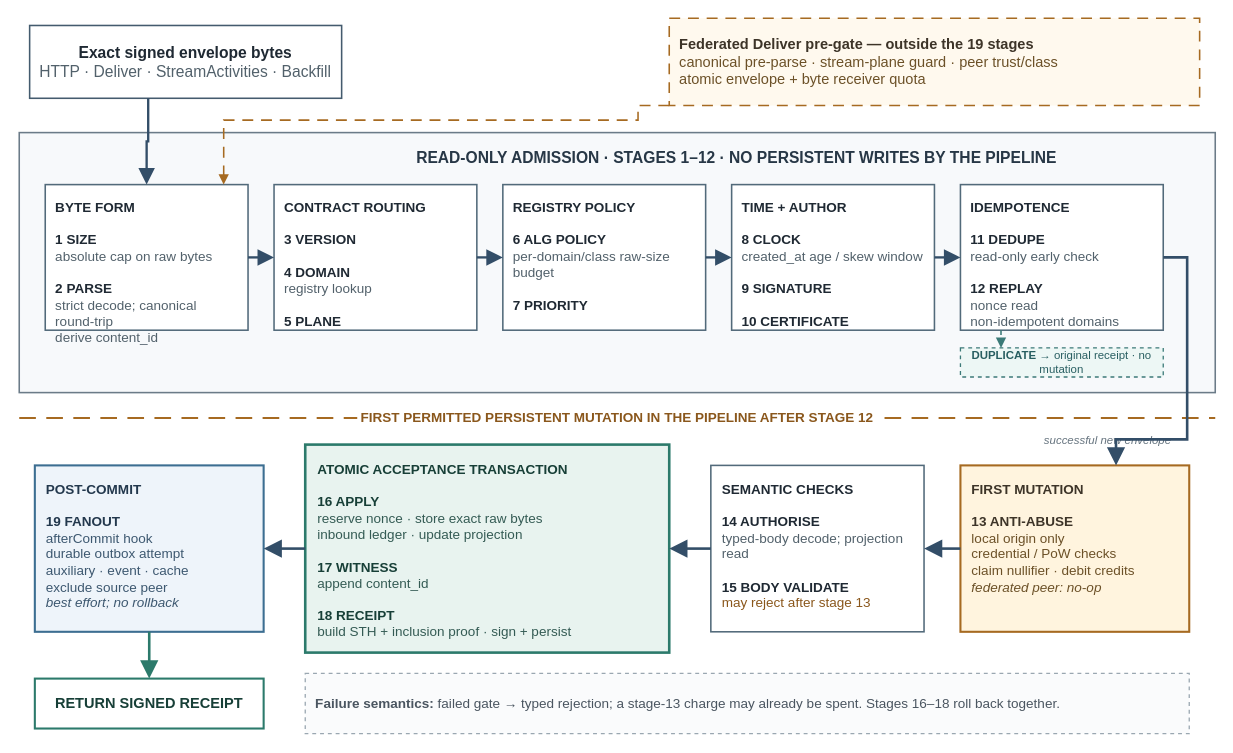
This is final-paper/IEEE-conference-template-062824/figures/drawio/admission-pipeline.drawio from tasmirz/jagoo-bahee, a draw.io file, before an edit. Source tidied: cells renumbered, new cells numbered last; positions are measured from the earlier drawing's top-left corner, leaving out a move shared by most shapes. Both pictures are drawn from the tidied source at 104%, with x=0, y=0 at pixel (19, 18).
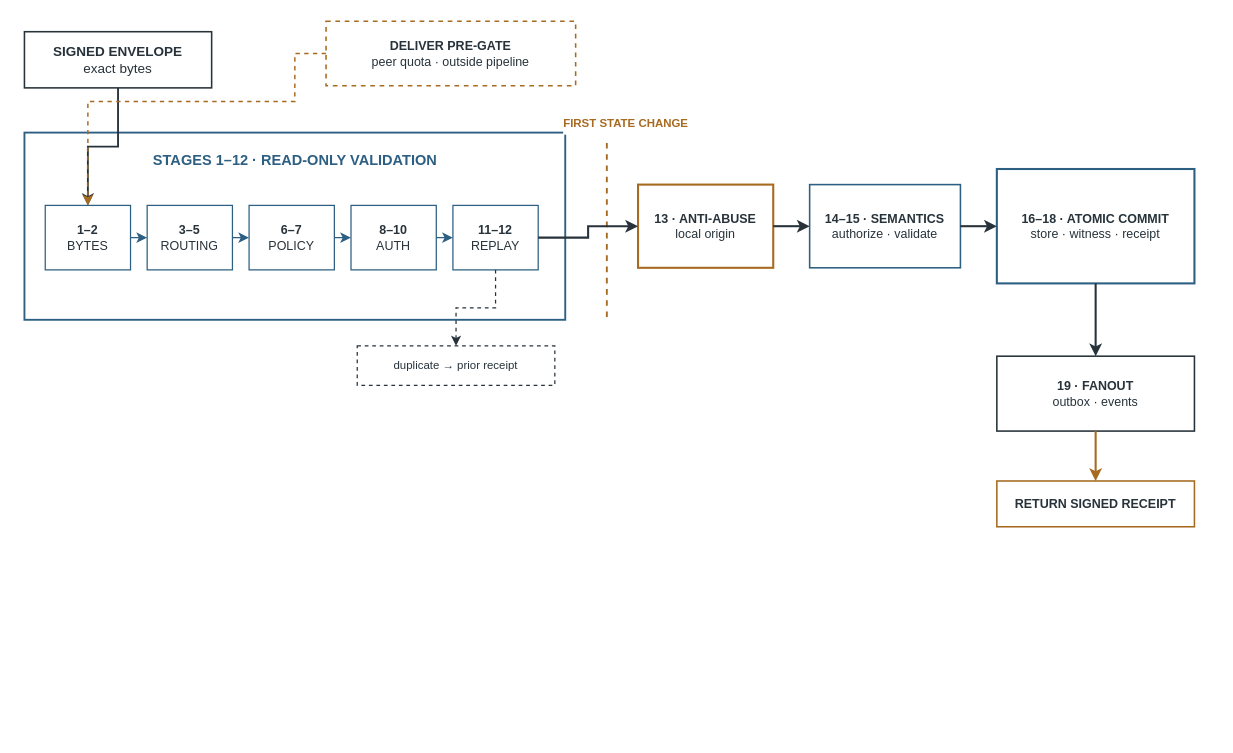
The same page after the edit.

The edit, as a diff of the source:
```diff
@@
-    <mxCell id="2" style="rounded=0;whiteSpace=wrap;html=1;fillColor=#F7F9FB;strokeColor=#6B7B88;strokeWidth=1.5;shadow=0;glass=0;" parent="1" vertex="1">
-      <mxGeometry y="110" width="1150" height="250" as="geometry" />
-    </mxCell>
+    <mxCell id="33" value="&lt;b&gt;SIGNED ENVELOPE&lt;/b&gt;&lt;br&gt;exact bytes" style="rounded=0;whiteSpace=wrap;html=1;strokeColor=#27323A;strokeWidth=1.5;fillColor=#FFFFFF;fontFamily=Helvetica;fontSize=13;fontColor=#27323A;align=center;verticalAlign=middle;" parent="1" vertex="1">
+      <mxGeometry x="5" y="13" width="180" height="54" as="geometry" />
+    </mxCell>
+    <mxCell id="34" value="&lt;b&gt;DELIVER PRE-GATE&lt;/b&gt;&lt;br&gt;peer quota · outside pipeline" style="rounded=0;whiteSpace=wrap;html=1;strokeColor=#A66A21;strokeWidth=1.5;dashed=1;fillColor=#FFFFFF;fontFamily=Helvetica;fontSize=12;fontColor=#27323A;align=center;verticalAlign=middle;" parent="1" vertex="1">
+      <mxGeometry x="295" y="3" width="240" height="62" as="geometry" />
+    </mxCell>
+    <mxCell id="35" style="rounded=0;whiteSpace=wrap;html=1;strokeColor=#2D5F82;strokeWidth=1.8;fillColor=#FFFFFF;" parent="1" vertex="1">
+      <mxGeometry x="5" y="110" width="520" height="180" as="geometry" />
+    </mxCell>
-    <mxCell id="3" value="&lt;b&gt;READ-ONLY ADMISSION · STAGES 1–12 · NO PERSISTENT WRITES BY THE PIPELINE&lt;/b&gt;" style="text;html=1;strokeColor=none;fillColor=none;align=center;verticalAlign=middle;whiteSpace=wrap;rounded=0;fontFamily=Helvetica;fontSize=15;fontColor=#273746;spacingLeft=0;" parent="1" vertex="1">
-      <mxGeometry x="275" y="120" width="830" height="28" as="geometry" />
+    <mxCell id="3" value="&lt;b&gt;STAGES 1–12 · READ-ONLY VALIDATION&lt;/b&gt;" style="text;html=1;strokeColor=none;fillColor=none;fontFamily=Helvetica;fontSize=14;fontStyle=1;fontColor=#2D5F82;align=center;verticalAlign=middle;" parent="1" vertex="1">
+      <mxGeometry x="25" y="125" width="480" height="24" as="geometry" />
     </mxCell>
-    <mxCell id="4" value="&lt;b&gt;Exact signed envelope bytes&lt;/b&gt;&lt;br&gt;&lt;font color=&quot;#52616B&quot;&gt;HTTP · Deliver · StreamActivities · Backfill&lt;/font&gt;" style="rounded=0;whiteSpace=wrap;html=1;align=center;verticalAlign=middle;spacing=8;fontFamily=Helvetica;fontSize=15;fontColor=#1F2933;strokeColor=#445B6E;strokeWidth=1.5;fillColor=#FFFFFF;shadow=0;glass=0;" parent="1" vertex="1">
-      <mxGeometry x="10" y="7" width="300" height="70" as="geometry" />
-    </mxCell>
-    <mxCell id="5" value="&lt;b&gt;Federated Deliver pre-gate — outside the 19 stages&lt;/b&gt;&lt;br&gt;&lt;font color=&quot;#6C5128&quot;&gt;canonical pre-parse · stream-plane guard · peer trust/class&lt;br&gt;atomic envelope + byte receiver quota&lt;/font&gt;" style="rounded=0;whiteSpace=wrap;html=1;align=left;verticalAlign=middle;spacing=10;fontFamily=Helvetica;fontSize=14;fontColor=#3D3428;strokeColor=#A66A21;strokeWidth=1.5;dashed=1;dashPattern=7 5;fillColor=#FFF9EE;shadow=0;glass=0;" parent="1" vertex="1">
-      <mxGeometry x="625" width="510" height="84" as="geometry" />
-    </mxCell>
-    <mxCell id="6" value="&lt;b&gt;BYTE FORM&lt;/b&gt;&lt;br&gt;&lt;br&gt;&lt;b&gt;1  SIZE&lt;/b&gt;&lt;br&gt;&lt;font color=&quot;#52616B&quot;&gt;absolute cap on raw bytes&lt;/font&gt;&lt;br&gt;&lt;br&gt;&lt;b&gt;2  PARSE&lt;/b&gt;&lt;br&gt;&lt;font color=&quot;#52616B&quot;&gt;strict decode; canonical round-trip&lt;br&gt;derive content_id&lt;/font&gt;" style="rounded=0;whiteSpace=wrap;html=1;align=left;verticalAlign=top;spacing=10;fontFamily=Helvetica;fontSize=13;fontColor=#1F2933;strokeColor=#526A7A;strokeWidth=1.5;fillColor=#FFFFFF;shadow=0;glass=0;" parent="1" vertex="1">
-      <mxGeometry x="25" y="160" width="195" height="140" as="geometry" />
+    <mxCell id="6" value="&lt;b&gt;1–2&lt;/b&gt;&lt;br&gt;BYTES" style="rounded=0;whiteSpace=wrap;html=1;strokeColor=#2D5F82;strokeWidth=1.2;fillColor=#FFFFFF;fontFamily=Helvetica;fontSize=12;fontColor=#27323A;align=center;verticalAlign=middle;" parent="1" vertex="1">
+      <mxGeometry x="25" y="180" width="82" height="62" as="geometry" />
     </mxCell>
-    <mxCell id="7" value="&lt;b&gt;CONTRACT ROUTING&lt;/b&gt;&lt;br&gt;&lt;br&gt;&lt;b&gt;3  VERSION&lt;/b&gt;&lt;br&gt;&lt;br&gt;&lt;b&gt;4  DOMAIN&lt;/b&gt;&lt;br&gt;&lt;font color=&quot;#52616B&quot;&gt;registry lookup&lt;/font&gt;&lt;br&gt;&lt;br&gt;&lt;b&gt;5  PLANE&lt;/b&gt;" style="rounded=0;whiteSpace=wrap;html=1;align=left;verticalAlign=top;spacing=10;fontFamily=Helvetica;fontSize=13;fontColor=#1F2933;strokeColor=#526A7A;strokeWidth=1.5;fillColor=#FFFFFF;shadow=0;glass=0;" parent="1" vertex="1">
-      <mxGeometry x="245" y="160" width="195" height="140" as="geometry" />
+    <mxCell id="7" value="&lt;b&gt;3–5&lt;/b&gt;&lt;br&gt;ROUTING" style="rounded=0;whiteSpace=wrap;html=1;strokeColor=#2D5F82;strokeWidth=1.2;fillColor=#FFFFFF;fontFamily=Helvetica;fontSize=12;fontColor=#27323A;align=center;verticalAlign=middle;" parent="1" vertex="1">
+      <mxGeometry x="123" y="180" width="82" height="62" as="geometry" />
     </mxCell>
-    <mxCell id="8" value="&lt;b&gt;REGISTRY POLICY&lt;/b&gt;&lt;br&gt;&lt;br&gt;&lt;b&gt;6  ALG POLICY&lt;/b&gt;&lt;br&gt;&lt;font color=&quot;#52616B&quot;&gt;per-domain/class raw-size budget&lt;/font&gt;&lt;br&gt;&lt;br&gt;&lt;b&gt;7  PRIORITY&lt;/b&gt;" style="rounded=0;whiteSpace=wrap;html=1;align=left;verticalAlign=top;spacing=10;fontFamily=Helvetica;fontSize=13;fontColor=#1F2933;strokeColor=#526A7A;strokeWidth=1.5;fillColor=#FFFFFF;shadow=0;glass=0;" parent="1" vertex="1">
-      <mxGeometry x="465" y="160" width="195" height="140" as="geometry" />
+    <mxCell id="8" value="&lt;b&gt;6–7&lt;/b&gt;&lt;br&gt;POLICY" style="rounded=0;whiteSpace=wrap;html=1;strokeColor=#2D5F82;strokeWidth=1.2;fillColor=#FFFFFF;fontFamily=Helvetica;fontSize=12;fontColor=#27323A;align=center;verticalAlign=middle;" parent="1" vertex="1">
+      <mxGeometry x="221" y="180" width="82" height="62" as="geometry" />
     </mxCell>
-    <mxCell id="9" value="&lt;b&gt;TIME + AUTHOR&lt;/b&gt;&lt;br&gt;&lt;br&gt;&lt;b&gt;8  CLOCK&lt;/b&gt;&lt;br&gt;&lt;font color=&quot;#52616B&quot;&gt;created_at age / skew window&lt;/font&gt;&lt;br&gt;&lt;br&gt;&lt;b&gt;9  SIGNATURE&lt;/b&gt;&lt;br&gt;&lt;br&gt;&lt;b&gt;10  CERTIFICATE&lt;/b&gt;" style="rounded=0;whiteSpace=wrap;html=1;align=left;verticalAlign=top;spacing=10;fontFamily=Helvetica;fontSize=13;fontColor=#1F2933;strokeColor=#526A7A;strokeWidth=1.5;fillColor=#FFFFFF;shadow=0;glass=0;" parent="1" vertex="1">
-      <mxGeometry x="685" y="160" width="195" height="140" as="geometry" />
-    </mxCell>
-    <mxCell id="10" value="&lt;b&gt;IDEMPOTENCE&lt;/b&gt;&lt;br&gt;&lt;br&gt;&lt;b&gt;11  DEDUPE&lt;/b&gt;&lt;br&gt;&lt;font color=&quot;#52616B&quot;&gt;read-only early check&lt;/font&gt;&lt;br&gt;&lt;br&gt;&lt;b&gt;12  REPLAY&lt;/b&gt;&lt;br&gt;&lt;font color=&quot;#52616B&quot;&gt;nonce read&lt;br&gt;non-idempotent domains&lt;/font&gt;" style="rounded=0;whiteSpace=wrap;html=1;align=left;verticalAlign=top;spacing=10;fontFamily=Helvetica;fontSize=13;fontColor=#1F2933;strokeColor=#526A7A;strokeWidth=1.5;fillColor=#FFFFFF;shadow=0;glass=0;" parent="1" vertex="1">
-      <mxGeometry x="905" y="160" width="195" height="140" as="geometry" />
-    </mxCell>
-    <mxCell id="11" value="&lt;b&gt;DUPLICATE&lt;/b&gt; → original receipt · no mutation" style="rounded=0;whiteSpace=wrap;html=1;align=center;verticalAlign=middle;fontFamily=Helvetica;fontSize=11;fontColor=#285E61;strokeColor=#3C7A78;strokeWidth=1.25;dashed=1;fillColor=#EDF7F5;shadow=0;glass=0;" parent="1" vertex="1">
-      <mxGeometry x="905" y="317" width="195" height="28" as="geometry" />
-    </mxCell>
-    <mxCell id="12" style="shape=line;strokeColor=#A66A21;strokeWidth=2;dashed=1;dashPattern=8 5;" parent="1" vertex="1">
-      <mxGeometry y="384" width="1150" height="1" as="geometry" />
-    </mxCell>
-    <mxCell id="13" value="&lt;b&gt;FIRST PERMITTED PERSISTENT MUTATION IN THE PIPELINE AFTER STAGE 12&lt;/b&gt;" style="text;html=1;strokeColor=none;fillColor=#FFFFFF;align=center;verticalAlign=middle;whiteSpace=wrap;fontFamily=Helvetica;fontSize=13;fontColor=#8A571C;spacing=4;" parent="1" vertex="1">
-      <mxGeometry x="325" y="368" width="500" height="32" as="geometry" />
-    </mxCell>
-    <mxCell id="14" value="successful new envelope" style="text;html=1;strokeColor=none;fillColor=none;align=right;verticalAlign=middle;whiteSpace=wrap;fontFamily=Helvetica;fontSize=11;fontColor=#65737E;fontStyle=2;" parent="1" vertex="1">
-      <mxGeometry x="930" y="395" width="180" height="22" as="geometry" />
-    </mxCell>
-    <mxCell id="15" value="&lt;b&gt;FIRST MUTATION&lt;/b&gt;&lt;br&gt;&lt;br&gt;&lt;b&gt;13  ANTI-ABUSE&lt;/b&gt;&lt;br&gt;&lt;font color=&quot;#6C5128&quot;&gt;local origin only&lt;br&gt;credential / PoW checks&lt;br&gt;claim nullifier · debit credits&lt;br&gt;&lt;i&gt;federated peer: no-op&lt;/i&gt;&lt;/font&gt;" style="rounded=0;whiteSpace=wrap;html=1;align=left;verticalAlign=top;spacing=11;fontFamily=Helvetica;fontSize=13;fontColor=#3D3428;strokeColor=#A66A21;strokeWidth=2;fillColor=#FFF4DE;shadow=0;glass=0;" parent="1" vertex="1">
-      <mxGeometry x="905" y="430" width="220" height="160" as="geometry" />
-    </mxCell>
-    <mxCell id="16" value="&lt;b&gt;SEMANTIC CHECKS&lt;/b&gt;&lt;br&gt;&lt;br&gt;&lt;b&gt;14  AUTHORISE&lt;/b&gt;&lt;br&gt;&lt;font color=&quot;#52616B&quot;&gt;typed-body decode; projection read&lt;/font&gt;&lt;br&gt;&lt;br&gt;&lt;b&gt;15  BODY VALIDATE&lt;/b&gt;&lt;br&gt;&lt;font color=&quot;#8A571C&quot;&gt;may reject after stage 13&lt;/font&gt;" style="rounded=0;whiteSpace=wrap;html=1;align=left;verticalAlign=top;spacing=11;fontFamily=Helvetica;fontSize=13;fontColor=#1F2933;strokeColor=#526A7A;strokeWidth=1.5;fillColor=#FFFFFF;shadow=0;glass=0;" parent="1" vertex="1">
-      <mxGeometry x="665" y="430" width="205" height="160" as="geometry" />
-    </mxCell>
-    <mxCell id="17" value="&lt;b&gt;ATOMIC ACCEPTANCE TRANSACTION&lt;/b&gt;&lt;br&gt;&lt;br&gt;&lt;b&gt;16  APPLY&lt;/b&gt;&lt;br&gt;&lt;font color=&quot;#345B54&quot;&gt;reserve nonce · store exact raw bytes&lt;br&gt;inbound ledger · update projection&lt;/font&gt;&lt;br&gt;&lt;br&gt;&lt;b&gt;17  WITNESS&lt;/b&gt;&lt;br&gt;&lt;font color=&quot;#345B54&quot;&gt;append content_id&lt;/font&gt;&lt;br&gt;&lt;br&gt;&lt;b&gt;18  RECEIPT&lt;/b&gt;&lt;br&gt;&lt;font color=&quot;#345B54&quot;&gt;build STH + inclusion proof · sign + persist&lt;/font&gt;" style="rounded=0;whiteSpace=wrap;html=1;align=left;verticalAlign=top;spacing=12;fontFamily=Helvetica;fontSize=13;fontColor=#173F37;strokeColor=#2C7A6B;strokeWidth=2.5;fillColor=#E8F3EF;shadow=0;glass=0;" parent="1" vertex="1">
-      <mxGeometry x="275" y="410" width="350" height="200" as="geometry" />
-    </mxCell>
+    <mxCell id="36" value="&lt;b&gt;8–10&lt;/b&gt;&lt;br&gt;AUTH" style="rounded=0;whiteSpace=wrap;html=1;strokeColor=#2D5F82;strokeWidth=1.2;fillColor=#FFFFFF;fontFamily=Helvetica;fontSize=12;fontColor=#27323A;align=center;verticalAlign=middle;" parent="1" vertex="1">
+      <mxGeometry x="319" y="180" width="82" height="62" as="geometry" />
+    </mxCell>
+    <mxCell id="37" value="&lt;b&gt;11–12&lt;/b&gt;&lt;br&gt;REPLAY" style="rounded=0;whiteSpace=wrap;html=1;strokeColor=#2D5F82;strokeWidth=1.2;fillColor=#FFFFFF;fontFamily=Helvetica;fontSize=12;fontColor=#27323A;align=center;verticalAlign=middle;" parent="1" vertex="1">
+      <mxGeometry x="417" y="180" width="82" height="62" as="geometry" />
+    </mxCell>
+    <mxCell id="23" style="edgeStyle=orthogonalEdgeStyle;rounded=0;html=1;strokeColor=#2D5F82;strokeWidth=1.4;endArrow=classic;endFill=1;" parent="1" edge="1" source="6" target="7">
+      <mxGeometry relative="1" as="geometry" />
+    </mxCell>
+    <mxCell id="24" style="edgeStyle=orthogonalEdgeStyle;rounded=0;html=1;strokeColor=#2D5F82;strokeWidth=1.4;endArrow=classic;endFill=1;" parent="1" edge="1" source="7" target="8">
+      <mxGeometry relative="1" as="geometry" />
+    </mxCell>
+    <mxCell id="38" style="edgeStyle=orthogonalEdgeStyle;rounded=0;html=1;strokeColor=#2D5F82;strokeWidth=1.4;endArrow=classic;endFill=1;" parent="1" edge="1" source="8" target="36">
+      <mxGeometry relative="1" as="geometry" />
+    </mxCell>
+    <mxCell id="39" style="edgeStyle=orthogonalEdgeStyle;rounded=0;html=1;strokeColor=#2D5F82;strokeWidth=1.4;endArrow=classic;endFill=1;" parent="1" edge="1" source="36" target="37">
+      <mxGeometry relative="1" as="geometry" />
+    </mxCell>
+    <mxCell id="40" style="edgeStyle=orthogonalEdgeStyle;rounded=0;html=1;strokeColor=#27323A;strokeWidth=1.8;endArrow=classic;endFill=1;" parent="1" edge="1" source="33" target="6">
+      <mxGeometry relative="1" as="geometry" />
+    </mxCell>
+    <mxCell id="41" style="edgeStyle=orthogonalEdgeStyle;rounded=0;html=1;strokeColor=#A66A21;strokeWidth=1.4;dashed=1;endArrow=classic;endFill=1;" parent="1" edge="1" source="34" target="6">
+      <mxGeometry relative="1" as="geometry">
+        <Array as="points">
+          <mxPoint x="265" y="80" />
+          <mxPoint x="66" y="80" />
+        </Array>
+      </mxGeometry>
+    </mxCell>
+    <mxCell id="42" value="duplicate → prior receipt" style="rounded=0;whiteSpace=wrap;html=1;strokeColor=#27323A;strokeWidth=1.2;dashed=1;fillColor=#FFFFFF;fontFamily=Helvetica;fontSize=11;fontColor=#27323A;align=center;verticalAlign=middle;" parent="1" vertex="1">
+      <mxGeometry x="325" y="315" width="190" height="38" as="geometry" />
+    </mxCell>
+    <mxCell id="43" style="edgeStyle=orthogonalEdgeStyle;rounded=0;html=1;strokeColor=#27323A;strokeWidth=1.2;dashed=1;endArrow=classic;endFill=1;" parent="1" edge="1" source="37" target="42">
+      <mxGeometry relative="1" as="geometry" />
+    </mxCell>
+    <mxCell id="44" value="FIRST STATE CHANGE" style="text;html=1;strokeColor=none;fillColor=#FFFFFF;fontFamily=Helvetica;fontSize=11;fontStyle=1;fontColor=#A66A21;align=center;verticalAlign=middle;" parent="1" vertex="1">
+      <mxGeometry x="523" y="90" width="120" height="22" as="geometry" />
+    </mxCell>
+    <mxCell id="45" style="edgeStyle=none;rounded=0;html=1;strokeColor=#A66A21;strokeWidth=1.8;dashed=1;startArrow=none;endArrow=none;" parent="1" edge="1">
+      <mxGeometry relative="1" as="geometry">
+        <mxPoint x="565" y="120" as="sourcePoint" />
+        <mxPoint x="565" y="290" as="targetPoint" />
+      </mxGeometry>
+    </mxCell>
+    <mxCell id="46" value="&lt;b&gt;13 · ANTI-ABUSE&lt;/b&gt;&lt;br&gt;local origin" style="rounded=0;whiteSpace=wrap;html=1;strokeColor=#A66A21;strokeWidth=2;fillColor=#FFFFFF;fontFamily=Helvetica;fontSize=12;fontColor=#27323A;align=center;verticalAlign=middle;" parent="1" vertex="1">
+      <mxGeometry x="595" y="160" width="130" height="80" as="geometry" />
+    </mxCell>
+    <mxCell id="47" value="&lt;b&gt;14–15 · SEMANTICS&lt;/b&gt;&lt;br&gt;authorize · validate" style="rounded=0;whiteSpace=wrap;html=1;strokeColor=#2D5F82;strokeWidth=1.5;fillColor=#FFFFFF;fontFamily=Helvetica;fontSize=12;fontColor=#27323A;align=center;verticalAlign=middle;" parent="1" vertex="1">
+      <mxGeometry x="760" y="160" width="145" height="80" as="geometry" />
+    </mxCell>
+    <mxCell id="48" value="&lt;b&gt;16–18 · ATOMIC COMMIT&lt;/b&gt;&lt;br&gt;store · witness · receipt" style="rounded=0;whiteSpace=wrap;html=1;strokeColor=#2D5F82;strokeWidth=2;fillColor=#FFFFFF;fontFamily=Helvetica;fontSize=12;fontColor=#27323A;align=center;verticalAlign=middle;" parent="1" vertex="1">
+      <mxGeometry x="940" y="145" width="190" height="110" as="geometry" />
+    </mxCell>
-    <mxCell id="18" value="&lt;b&gt;POST-COMMIT&lt;/b&gt;&lt;br&gt;&lt;br&gt;&lt;b&gt;19  FANOUT&lt;/b&gt;&lt;br&gt;&lt;font color=&quot;#3D5870&quot;&gt;afterCommit hook&lt;br&gt;durable outbox attempt&lt;br&gt;auxiliary · event · cache&lt;br&gt;exclude source peer&lt;br&gt;&lt;i&gt;best effort; no rollback&lt;/i&gt;&lt;/font&gt;" style="rounded=0;whiteSpace=wrap;html=1;align=left;verticalAlign=top;spacing=11;fontFamily=Helvetica;fontSize=13;fontColor=#23384D;strokeColor=#3C6E91;strokeWidth=2;fillColor=#EEF4FA;shadow=0;glass=0;" parent="1" vertex="1">
-      <mxGeometry x="15" y="430" width="220" height="160" as="geometry" />
+    <mxCell id="18" value="&lt;b&gt;19 · FANOUT&lt;/b&gt;&lt;br&gt;outbox · events" style="rounded=0;whiteSpace=wrap;html=1;strokeColor=#27323A;strokeWidth=1.5;fillColor=#FFFFFF;fontFamily=Helvetica;fontSize=12;fontColor=#27323A;align=center;verticalAlign=middle;" parent="1" vertex="1">
+      <mxGeometry x="940" y="325" width="190" height="72" as="geometry" />
     </mxCell>
-    <mxCell id="19" value="&lt;b&gt;RETURN SIGNED RECEIPT&lt;/b&gt;" style="rounded=0;whiteSpace=wrap;html=1;align=center;verticalAlign=middle;fontFamily=Helvetica;fontSize=14;fontColor=#173F37;strokeColor=#2C7A6B;strokeWidth=2;fillColor=#FFFFFF;shadow=0;glass=0;" parent="1" vertex="1">
-      <mxGeometry x="15" y="635" width="220" height="48" as="geometry" />
+    <mxCell id="19" value="&lt;b&gt;RETURN SIGNED RECEIPT&lt;/b&gt;" style="rounded=0;whiteSpace=wrap;html=1;strokeColor=#A66A21;strokeWidth=1.5;fillColor=#FFFFFF;fontFamily=Helvetica;fontSize=12;fontColor=#27323A;align=center;verticalAlign=middle;" parent="1" vertex="1">
+      <mxGeometry x="940" y="445" width="190" height="44" as="geometry" />
     </mxCell>
-    <mxCell id="20" value="&lt;b&gt;Failure semantics:&lt;/b&gt; failed gate → typed rejection; a stage-13 charge may already be spent. Stages 16–18 roll back together." style="rounded=0;whiteSpace=wrap;html=1;align=left;verticalAlign=middle;spacing=10;fontFamily=Helvetica;fontSize=13;fontColor=#4A5560;strokeColor=#9AA7B1;strokeWidth=1.25;dashed=1;fillColor=#FAFBFC;shadow=0;glass=0;" parent="1" vertex="1">
-      <mxGeometry x="275" y="630" width="850" height="58" as="geometry" />
-    </mxCell>
-    <mxCell id="21" style="edgeStyle=orthogonalEdgeStyle;rounded=0;jettySize=auto;html=1;endArrow=block;endFill=1;endSize=10;strokeColor=#334E68;strokeWidth=2.25;exitX=0.38;exitY=1;exitDx=0;exitDy=0;entryX=0.5;entryY=0;entryDx=0;entryDy=0;" parent="1" edge="1" source="4" target="6">
-      <mxGeometry relative="1" as="geometry" />
-    </mxCell>
-    <mxCell id="22" style="edgeStyle=orthogonalEdgeStyle;rounded=0;jettySize=auto;html=1;endArrow=block;endFill=1;strokeColor=#A66A21;strokeWidth=1.5;dashed=1;dashPattern=7 5;exitX=0;exitY=1;exitDx=0;exitDy=0;entryX=0.88;entryY=0;entryDx=0;entryDy=0;" parent="1" edge="1" source="5" target="6">
-      <mxGeometry relative="1" as="geometry">
-        <Array as="points">
-          <mxPoint x="595" y="98" />
-          <mxPoint x="197" y="98" />
-        </Array>
-      </mxGeometry>
-    </mxCell>
-    <mxCell id="23" style="edgeStyle=orthogonalEdgeStyle;rounded=0;html=1;endArrow=block;endFill=1;endSize=10;strokeColor=#334E68;strokeWidth=2.25;" parent="1" edge="1" source="6" target="7">
-      <mxGeometry relative="1" as="geometry" />
-    </mxCell>
-    <mxCell id="24" style="edgeStyle=orthogonalEdgeStyle;rounded=0;html=1;endArrow=block;endFill=1;endSize=10;strokeColor=#334E68;strokeWidth=2.25;" parent="1" edge="1" source="7" target="8">
-      <mxGeometry relative="1" as="geometry" />
-    </mxCell>
-    <mxCell id="25" style="edgeStyle=orthogonalEdgeStyle;rounded=0;html=1;endArrow=block;endFill=1;endSize=10;strokeColor=#334E68;strokeWidth=2.25;" parent="1" edge="1" source="8" target="9">
-      <mxGeometry relative="1" as="geometry" />
-    </mxCell>
-    <mxCell id="26" style="edgeStyle=orthogonalEdgeStyle;rounded=0;html=1;endArrow=block;endFill=1;endSize=10;strokeColor=#334E68;strokeWidth=2.25;" parent="1" edge="1" source="9" target="10">
-      <mxGeometry relative="1" as="geometry" />
-    </mxCell>
-    <mxCell id="27" style="edgeStyle=orthogonalEdgeStyle;rounded=0;html=1;endArrow=block;endFill=1;strokeColor=#3C7A78;strokeWidth=1.5;dashed=1;exitX=0.2;exitY=1;exitDx=0;exitDy=0;entryX=0.2;entryY=0;entryDx=0;entryDy=0;" parent="1" edge="1" source="10" target="11">
-      <mxGeometry relative="1" as="geometry" />
-    </mxCell>
-    <mxCell id="28" style="edgeStyle=orthogonalEdgeStyle;rounded=0;jettySize=auto;html=1;endArrow=block;endFill=1;endSize=11;strokeColor=#334E68;strokeWidth=2.5;exitX=1;exitY=0.5;exitDx=0;exitDy=0;entryX=0.68;entryY=0;entryDx=0;entryDy=0;" parent="1" edge="1" source="10" target="15">
-      <mxGeometry relative="1" as="geometry">
-        <Array as="points">
-          <mxPoint x="1123" y="230" />
-          <mxPoint x="1123" y="405" />
-          <mxPoint x="1055" y="405" />
-        </Array>
-      </mxGeometry>
-    </mxCell>
-    <mxCell id="29" style="edgeStyle=orthogonalEdgeStyle;rounded=0;html=1;endArrow=block;endFill=1;endSize=11;strokeColor=#334E68;strokeWidth=2.5;exitX=0;exitY=0.5;exitDx=0;exitDy=0;entryX=1;entryY=0.5;entryDx=0;entryDy=0;" parent="1" edge="1" source="15" target="16">
-      <mxGeometry relative="1" as="geometry" />
-    </mxCell>
-    <mxCell id="30" style="edgeStyle=orthogonalEdgeStyle;rounded=0;html=1;endArrow=block;endFill=1;endSize=11;strokeColor=#334E68;strokeWidth=2.5;exitX=0;exitY=0.5;exitDx=0;exitDy=0;entryX=1;entryY=0.5;entryDx=0;entryDy=0;" parent="1" edge="1" source="16" target="17">
-      <mxGeometry relative="1" as="geometry" />
-    </mxCell>
-    <mxCell id="31" style="edgeStyle=orthogonalEdgeStyle;rounded=0;html=1;endArrow=block;endFill=1;endSize=11;strokeColor=#334E68;strokeWidth=2.5;exitX=0;exitY=0.5;exitDx=0;exitDy=0;entryX=1;entryY=0.5;entryDx=0;entryDy=0;" parent="1" edge="1" source="17" target="18">
-      <mxGeometry relative="1" as="geometry" />
-    </mxCell>
+    <mxCell id="49" style="edgeStyle=orthogonalEdgeStyle;rounded=0;html=1;strokeColor=#27323A;strokeWidth=2;endArrow=classic;endFill=1;" parent="1" edge="1" source="37" target="46">
+      <mxGeometry relative="1" as="geometry" />
+    </mxCell>
+    <mxCell id="50" style="edgeStyle=orthogonalEdgeStyle;rounded=0;html=1;strokeColor=#27323A;strokeWidth=2;endArrow=classic;endFill=1;" parent="1" edge="1" source="46" target="47">
+      <mxGeometry relative="1" as="geometry" />
+    </mxCell>
+    <mxCell id="51" style="edgeStyle=orthogonalEdgeStyle;rounded=0;html=1;strokeColor=#27323A;strokeWidth=2;endArrow=classic;endFill=1;" parent="1" edge="1" source="47" target="48">
+      <mxGeometry relative="1" as="geometry" />
+    </mxCell>
+    <mxCell id="52" style="edgeStyle=orthogonalEdgeStyle;rounded=0;html=1;strokeColor=#27323A;strokeWidth=2;endArrow=classic;endFill=1;" parent="1" edge="1" source="48" target="18">
+      <mxGeometry relative="1" as="geometry" />
+    </mxCell>
-    <mxCell id="32" style="edgeStyle=orthogonalEdgeStyle;rounded=0;html=1;endArrow=block;endFill=1;endSize=11;strokeColor=#2C7A6B;strokeWidth=2.5;exitX=0.5;exitY=1;exitDx=0;exitDy=0;entryX=0.5;entryY=0;entryDx=0;entryDy=0;" parent="1" edge="1" source="18" target="19">
+    <mxCell id="32" style="edgeStyle=orthogonalEdgeStyle;rounded=0;html=1;strokeColor=#A66A21;strokeWidth=2;endArrow=classic;endFill=1;" parent="1" edge="1" source="18" target="19">
       <mxGeometry relative="1" as="geometry" />
     </mxCell>
```
